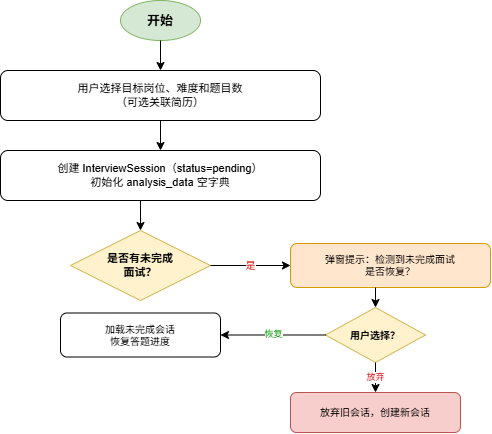
Above: drawio/图4.4 AI模拟面试流程图.png in letlll/AI_interview (draw.io), before the change. Source tidied: cells renumbered, new cells last; positions are measured from the earlier drawing's top-left corner, leaving out a move shared by most shapes.
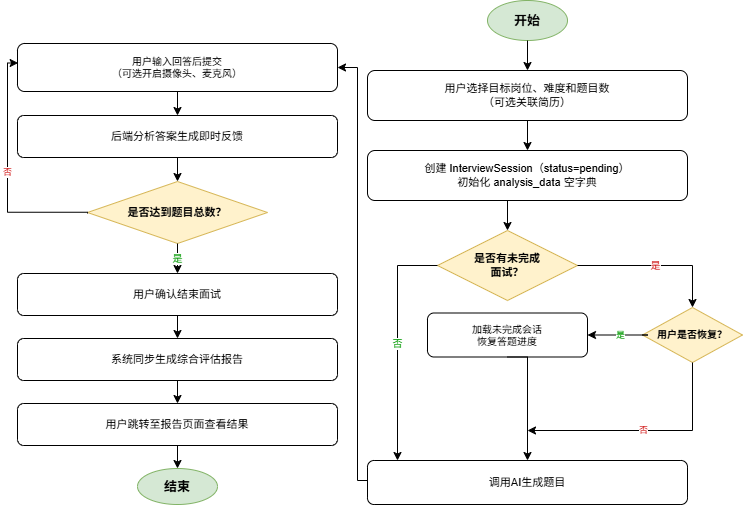
The same diagram one commit later.

Change to the diagram source:
```diff
@@ -23,24 +23,21 @@
     <mxCell id="8" value="是否有未完成&lt;br&gt;面试？" style="rhombus;whiteSpace=wrap;html=1;fillColor=#fff2cc;strokeColor=#d6b656;fontSize=11;fontStyle=1;" parent="1" vertex="1">
       <mxGeometry x="70" y="230" width="140" height="70" as="geometry" />
     </mxCell>
-    <mxCell id="9" value="否" style="edgeStyle=orthogonalEdgeStyle;rounded=0;jettySize=auto;html=1;exitX=0.5;exitY=1;entryX=0.5;entryY=0;fontSize=10;fontColor=#009900;" parent="1" edge="1" source="8">
-      <mxGeometry relative="1" as="geometry" />
+    <mxCell id="9" value="否" style="edgeStyle=orthogonalEdgeStyle;rounded=0;jettySize=auto;html=1;exitX=0;exitY=0.5;entryX=0.384;entryY=0.018;fontSize=10;fontColor=#009900;entryDx=0;entryDy=0;entryPerimeter=0;exitDx=0;exitDy=0;" parent="1" edge="1" source="8">
+      <mxGeometry relative="1" as="geometry">
+        <mxPoint x="30" y="460" as="targetPoint" />
+        <Array as="points">
+          <mxPoint x="30" y="265" />
+        </Array>
+      </mxGeometry>
     </mxCell>
-    <mxCell id="10" value="是" style="edgeStyle=orthogonalEdgeStyle;rounded=0;jettySize=auto;html=1;exitX=1;exitY=0.5;entryX=0;entryY=0.5;fontSize=10;fontColor=#cc0000;" parent="1" edge="1" source="8" target="11">
+    <mxCell id="10" value="是" style="edgeStyle=orthogonalEdgeStyle;rounded=0;jettySize=auto;html=1;exitX=1;exitY=0.5;entryX=0.5;entryY=0;fontSize=10;fontColor=#cc0000;entryDx=0;entryDy=0;" parent="1" edge="1" source="8" target="13">
       <mxGeometry relative="1" as="geometry" />
     </mxCell>
-    <mxCell id="11" value="弹窗提示：检测到未完成面试&lt;br&gt;是否恢复？" style="rounded=1;whiteSpace=wrap;html=1;fontSize=10;fillColor=#ffe6cc;strokeColor=#d79b00;" parent="1" vertex="1">
-      <mxGeometry x="290" y="243" width="200" height="44" as="geometry" />
-    </mxCell>
-    <mxCell id="12" style="edgeStyle=orthogonalEdgeStyle;rounded=0;jettySize=auto;html=1;entryX=0.5;entryY=0;" parent="1" edge="1" target="13">
-      <mxGeometry relative="1" as="geometry">
-        <mxPoint x="375" y="287" as="sourcePoint" />
-      </mxGeometry>
-    </mxCell>
-    <mxCell id="13" value="用户选择？" style="rhombus;whiteSpace=wrap;html=1;fillColor=#fff2cc;strokeColor=#d6b656;fontSize=10;fontStyle=1;" parent="1" vertex="1">
-      <mxGeometry x="325" y="307" width="100" height="55" as="geometry" />
+    <mxCell id="13" value="用户是否恢复？" style="rhombus;whiteSpace=wrap;html=1;fillColor=#fff2cc;strokeColor=#d6b656;fontSize=10;fontStyle=1;" parent="1" vertex="1">
+      <mxGeometry x="275" y="307" width="100" height="55" as="geometry" />
     </mxCell>
-    <mxCell id="14" value="恢复" style="edgeStyle=orthogonalEdgeStyle;rounded=0;jettySize=auto;html=1;exitX=0;exitY=0.5;entryX=1;entryY=0.5;fontSize=9;fontColor=#009900;" parent="1" edge="1" source="13" target="15">
+    <mxCell id="14" value="是" style="edgeStyle=orthogonalEdgeStyle;rounded=0;jettySize=auto;html=1;exitX=0;exitY=0.5;entryX=1;entryY=0.5;fontSize=9;fontColor=#009900;" parent="1" edge="1" source="13" target="15">
       <mxGeometry relative="1" as="geometry">
         <Array as="points">
           <mxPoint x="280" y="335" />
@@ -51,28 +48,84 @@
     <mxCell id="15" value="加载未完成会话&lt;br&gt;恢复答题进度" style="rounded=1;whiteSpace=wrap;html=1;fontSize=10;" parent="1" vertex="1">
       <mxGeometry x="60" y="312.5" width="160" height="44" as="geometry" />
     </mxCell>
-    <mxCell id="16" value="放弃" style="edgeStyle=orthogonalEdgeStyle;rounded=0;jettySize=auto;html=1;exitX=0.5;exitY=1;entryX=0.5;entryY=0;fontSize=9;fontColor=#cc0000;" parent="1" edge="1" source="13" target="17">
-      <mxGeometry relative="1" as="geometry" />
+    <mxCell id="16" value="否" style="edgeStyle=orthogonalEdgeStyle;rounded=0;jettySize=auto;html=1;exitX=0.5;exitY=1;fontSize=9;fontColor=#cc0000;" parent="1" edge="1" source="13">
+      <mxGeometry relative="1" as="geometry">
+        <mxPoint x="160" y="430" as="targetPoint" />
+        <Array as="points">
+          <mxPoint x="325" y="430" />
+        </Array>
+      </mxGeometry>
     </mxCell>
-    <mxCell id="17" value="放弃旧会话，创建新会话" style="rounded=1;whiteSpace=wrap;html=1;fontSize=10;fillColor=#f8cecc;strokeColor=#b85450;" parent="1" vertex="1">
-      <mxGeometry x="290" y="392" width="170" height="40" as="geometry" />
-    </mxCell>
-    <mxCell id="18" style="edgeStyle=orthogonalEdgeStyle;rounded=0;jettySize=auto;html=1;exitX=0;exitY=0.5;entryX=1;entryY=0.5;" parent="1" edge="1" source="17">
-      <mxGeometry relative="1" as="geometry">
-        <Array as="points">
-          <mxPoint x="240" y="412" />
-          <mxPoint x="240" y="375" />
-        </Array>
-      </mxGeometry>
-    </mxCell>
-    <mxCell id="19" style="edgeStyle=orthogonalEdgeStyle;rounded=0;jettySize=auto;html=1;exitX=0.5;exitY=1;entryX=1;entryY=0.5;" parent="1" edge="1" source="15">
+    <mxCell id="19" style="edgeStyle=orthogonalEdgeStyle;rounded=0;jettySize=auto;html=1;exitX=0.5;exitY=1;entryX=0.5;entryY=0;" parent="1" edge="1" source="15" target="20">
       <mxGeometry relative="1" as="geometry">
         <Array as="points">
-          <mxPoint x="100" y="332" />
-          <mxPoint x="240" y="332" />
-          <mxPoint x="240" y="375" />
+          <mxPoint x="160" y="357" />
         </Array>
       </mxGeometry>
     </mxCell>
+    <mxCell id="20" value="调用AI生成题目" style="rounded=1;whiteSpace=wrap;html=1;fontSize=11;" parent="1" vertex="1">
+      <mxGeometry y="460" width="320" height="44" as="geometry" />
+    </mxCell>
+    <mxCell id="21" style="edgeStyle=orthogonalEdgeStyle;rounded=0;jettySize=auto;html=1;exitX=0;exitY=0.5;entryX=1;entryY=0.5;entryDx=0;entryDy=0;exitDx=0;exitDy=0;" parent="1" edge="1" source="20" target="22">
+      <mxGeometry relative="1" as="geometry">
+        <Array as="points">
+          <mxPoint y="480" />
+          <mxPoint x="-10" y="480" />
+          <mxPoint x="-10" y="67" />
+        </Array>
+      </mxGeometry>
+    </mxCell>
+    <mxCell id="22" value="用户输入回答后提交&lt;br&gt;（可选开启摄像头、麦克风）" style="rounded=1;whiteSpace=wrap;html=1;fontSize=10;" parent="1" vertex="1">
+      <mxGeometry x="-350" y="43" width="320" height="48" as="geometry" />
+    </mxCell>
+    <mxCell id="23" style="edgeStyle=orthogonalEdgeStyle;rounded=0;jettySize=auto;html=1;exitX=0.5;exitY=1;entryX=0.5;entryY=0;" parent="1" edge="1" source="22" target="24">
+      <mxGeometry relative="1" as="geometry" />
+    </mxCell>
+    <mxCell id="24" value="后端分析答案生成即时反馈" style="rounded=1;whiteSpace=wrap;html=1;fontSize=11;" parent="1" vertex="1">
+      <mxGeometry x="-350" y="115" width="320" height="42" as="geometry" />
+    </mxCell>
+    <mxCell id="25" style="edgeStyle=orthogonalEdgeStyle;rounded=0;jettySize=auto;html=1;exitX=0.5;exitY=1;entryX=0.5;entryY=0;" parent="1" edge="1" source="24" target="26">
+      <mxGeometry relative="1" as="geometry" />
+    </mxCell>
+    <mxCell id="26" value="是否达到题目总数？" style="rhombus;whiteSpace=wrap;html=1;fillColor=#fff2cc;strokeColor=#d6b656;fontSize=11;fontStyle=1;" parent="1" vertex="1">
+      <mxGeometry x="-280" y="181" width="180" height="62" as="geometry" />
+    </mxCell>
+    <mxCell id="27" value="是" style="edgeStyle=orthogonalEdgeStyle;rounded=0;jettySize=auto;html=1;exitX=0.5;exitY=1;entryX=0.5;entryY=0;fontSize=10;fontColor=#009900;" parent="1" edge="1" source="26">
+      <mxGeometry relative="1" as="geometry">
+        <mxPoint x="-190" y="273" as="targetPoint" />
+      </mxGeometry>
+    </mxCell>
+    <mxCell id="28" value="否" style="edgeStyle=orthogonalEdgeStyle;rounded=0;orthogonalLoop=1;jettySize=auto;html=1;fontSize=9;fontColor=#cc0000;entryX=0.002;entryY=0.406;entryDx=0;entryDy=0;entryPerimeter=0;" parent="1" edge="1">
+      <mxGeometry relative="1" as="geometry">
+        <mxPoint x="-280" y="213" as="sourcePoint" />
+        <mxPoint x="-349.4" y="62.5" as="targetPoint" />
+        <Array as="points">
+          <mxPoint x="-280" y="211.7" />
+          <mxPoint x="-360" y="211.7" />
+          <mxPoint x="-360" y="62.7" />
+        </Array>
+      </mxGeometry>
+    </mxCell>
+    <mxCell id="29" style="edgeStyle=orthogonalEdgeStyle;rounded=0;jettySize=auto;html=1;exitX=0.5;exitY=1;entryX=0.5;entryY=0;" parent="1" edge="1" source="30" target="32">
+      <mxGeometry relative="1" as="geometry" />
+    </mxCell>
+    <mxCell id="30" value="用户确认结束面试" style="rounded=1;whiteSpace=wrap;html=1;fontSize=11;" parent="1" vertex="1">
+      <mxGeometry x="-350" y="273" width="320" height="42" as="geometry" />
+    </mxCell>
+    <mxCell id="31" style="edgeStyle=orthogonalEdgeStyle;rounded=0;jettySize=auto;html=1;exitX=0.5;exitY=1;entryX=0.5;entryY=0;" parent="1" edge="1" source="32" target="34">
+      <mxGeometry relative="1" as="geometry" />
+    </mxCell>
+    <mxCell id="32" value="系统同步生成综合评估报告" style="rounded=1;whiteSpace=wrap;html=1;fontSize=11;" parent="1" vertex="1">
+      <mxGeometry x="-350" y="338" width="320" height="42" as="geometry" />
+    </mxCell>
+    <mxCell id="33" style="edgeStyle=orthogonalEdgeStyle;rounded=0;jettySize=auto;html=1;exitX=0.5;exitY=1;entryX=0.5;entryY=0;" parent="1" edge="1" source="34" target="35">
+      <mxGeometry relative="1" as="geometry" />
+    </mxCell>
+    <mxCell id="34" value="用户跳转至报告页面查看结果" style="rounded=1;whiteSpace=wrap;html=1;fontSize=11;" parent="1" vertex="1">
+      <mxGeometry x="-350" y="403" width="320" height="42" as="geometry" />
+    </mxCell>
+    <mxCell id="35" value="结束" style="ellipse;whiteSpace=wrap;html=1;fillColor=#d5e8d4;strokeColor=#82b366;fontSize=13;fontStyle=1;" parent="1" vertex="1">
+      <mxGeometry x="-230" y="468" width="80" height="36" as="geometry" />
+    </mxCell>
   </root>
 </mxGraphModel>
```
